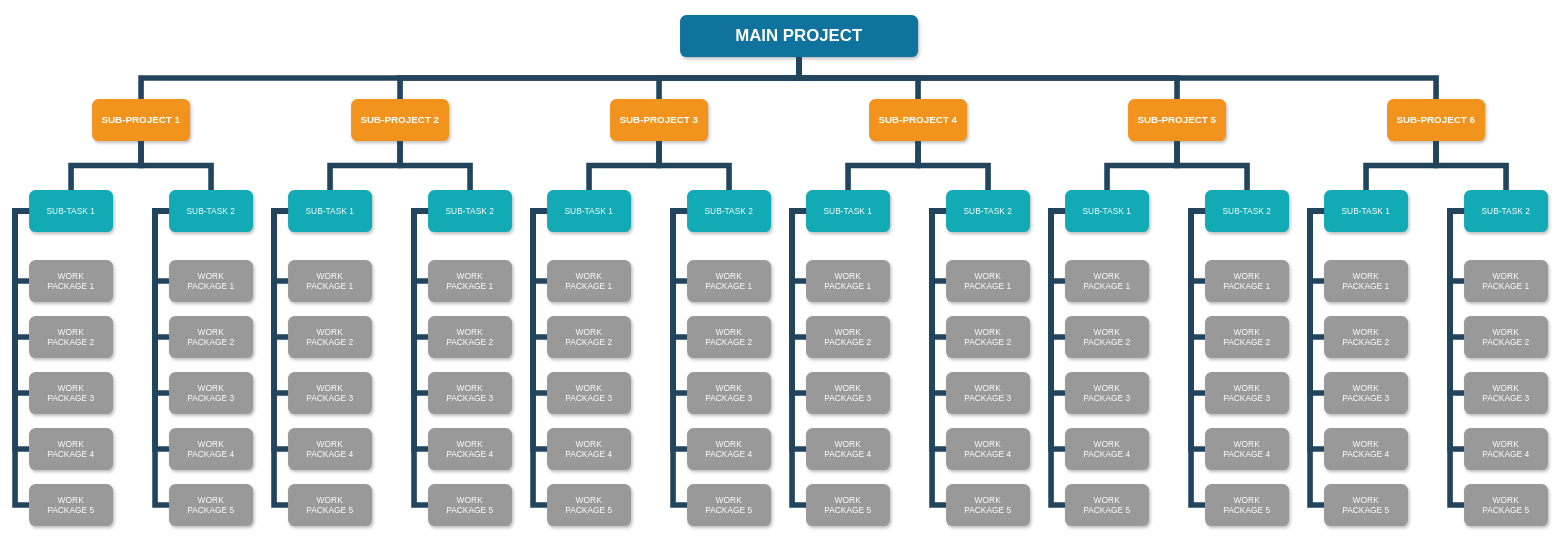
Before: Diagrama sin título.drawio in AliOrtega/Diagramas, a draw.io diagram. Source tidied: cells renumbered, new cells numbered last; positions are measured from the earlier drawing's top-left corner, leaving out a move shared by most shapes. Both pictures are drawn from the tidied source at 70%, with x=0, y=0 at pixel (15, 15).
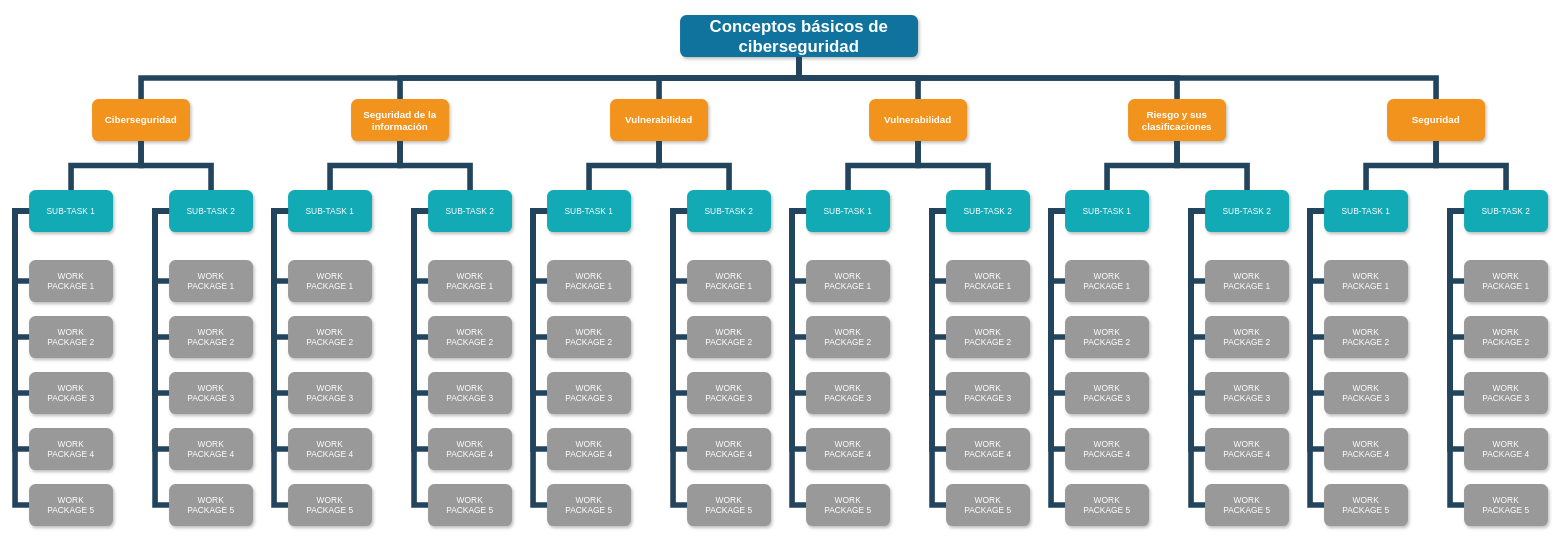
The same page after the edit.

Diff of the diagram source:
```diff
@@
-    <mxCell id="2" value="MAIN PROJECT" style="whiteSpace=wrap;rounded=1;shadow=1;fillColor=#10739E;strokeColor=none;fontColor=#FFFFFF;fontStyle=1;fontSize=24;" parent="1" vertex="1">
+    <mxCell id="2" value="Conceptos básicos de ciberseguridad" style="whiteSpace=wrap;rounded=1;shadow=1;fillColor=#10739E;strokeColor=none;fontColor=#FFFFFF;fontStyle=1;fontSize=24;" parent="1" vertex="1">
       <mxGeometry x="950" width="340" height="60" as="geometry" />
     </mxCell>
-    <mxCell id="3" value="SUB-PROJECT 1" style="whiteSpace=wrap;rounded=1;fillColor=#F2931E;strokeColor=none;shadow=1;fontColor=#FFFFFF;fontStyle=1;fontSize=14;" parent="1" vertex="1">
+    <mxCell id="3" value="Ciberseguridad" style="whiteSpace=wrap;rounded=1;fillColor=#F2931E;strokeColor=none;shadow=1;fontColor=#FFFFFF;fontStyle=1;fontSize=14;" parent="1" vertex="1">
       <mxGeometry x="110" y="120" width="140" height="60" as="geometry" />
     </mxCell>
-    <mxCell id="4" value="SUB-PROJECT 2" style="whiteSpace=wrap;rounded=1;fillColor=#F2931E;strokeColor=none;shadow=1;fontColor=#FFFFFF;fontStyle=1;fontSize=14;" parent="1" vertex="1">
+    <mxCell id="4" value="Seguridad de la información" style="whiteSpace=wrap;rounded=1;fillColor=#F2931E;strokeColor=none;shadow=1;fontColor=#FFFFFF;fontStyle=1;fontSize=14;" parent="1" vertex="1">
       <mxGeometry x="480" y="120" width="140" height="60" as="geometry" />
     </mxCell>
-    <mxCell id="5" value="SUB-PROJECT 6" style="whiteSpace=wrap;rounded=1;fillColor=#F2931E;strokeColor=none;shadow=1;fontColor=#FFFFFF;fontStyle=1;fontSize=14;" parent="1" vertex="1">
+    <mxCell id="5" value="Seguridad" style="whiteSpace=wrap;rounded=1;fillColor=#F2931E;strokeColor=none;shadow=1;fontColor=#FFFFFF;fontStyle=1;fontSize=14;" parent="1" vertex="1">
       <mxGeometry x="1960" y="120" width="140" height="60" as="geometry" />
     </mxCell>
-    <mxCell id="6" value="SUB-PROJECT 3" style="whiteSpace=wrap;rounded=1;fillColor=#F2931E;strokeColor=none;shadow=1;fontColor=#FFFFFF;fontStyle=1;fontSize=14;" parent="1" vertex="1">
+    <mxCell id="6" value="Vulnerabilidad" style="whiteSpace=wrap;rounded=1;fillColor=#F2931E;strokeColor=none;shadow=1;fontColor=#FFFFFF;fontStyle=1;fontSize=14;" parent="1" vertex="1">
       <mxGeometry x="850" y="120" width="140" height="60" as="geometry" />
     </mxCell>
-    <mxCell id="7" value="SUB-PROJECT 4" style="whiteSpace=wrap;rounded=1;fillColor=#F2931E;strokeColor=none;shadow=1;fontColor=#FFFFFF;fontStyle=1;fontSize=14;" parent="1" vertex="1">
+    <mxCell id="7" value="Vulnerabilidad" style="whiteSpace=wrap;rounded=1;fillColor=#F2931E;strokeColor=none;shadow=1;fontColor=#FFFFFF;fontStyle=1;fontSize=14;" parent="1" vertex="1">
       <mxGeometry x="1220" y="120" width="140" height="60" as="geometry" />
     </mxCell>
-    <mxCell id="8" value="SUB-PROJECT 5" style="whiteSpace=wrap;rounded=1;fillColor=#F2931E;strokeColor=none;shadow=1;fontColor=#FFFFFF;fontStyle=1;fontSize=14;" parent="1" vertex="1">
+    <mxCell id="8" value="Riesgo y sus clasificaciones" style="whiteSpace=wrap;rounded=1;fillColor=#F2931E;strokeColor=none;shadow=1;fontColor=#FFFFFF;fontStyle=1;fontSize=14;" parent="1" vertex="1">
       <mxGeometry x="1590" y="120" width="140" height="60" as="geometry" />
     </mxCell>
```
